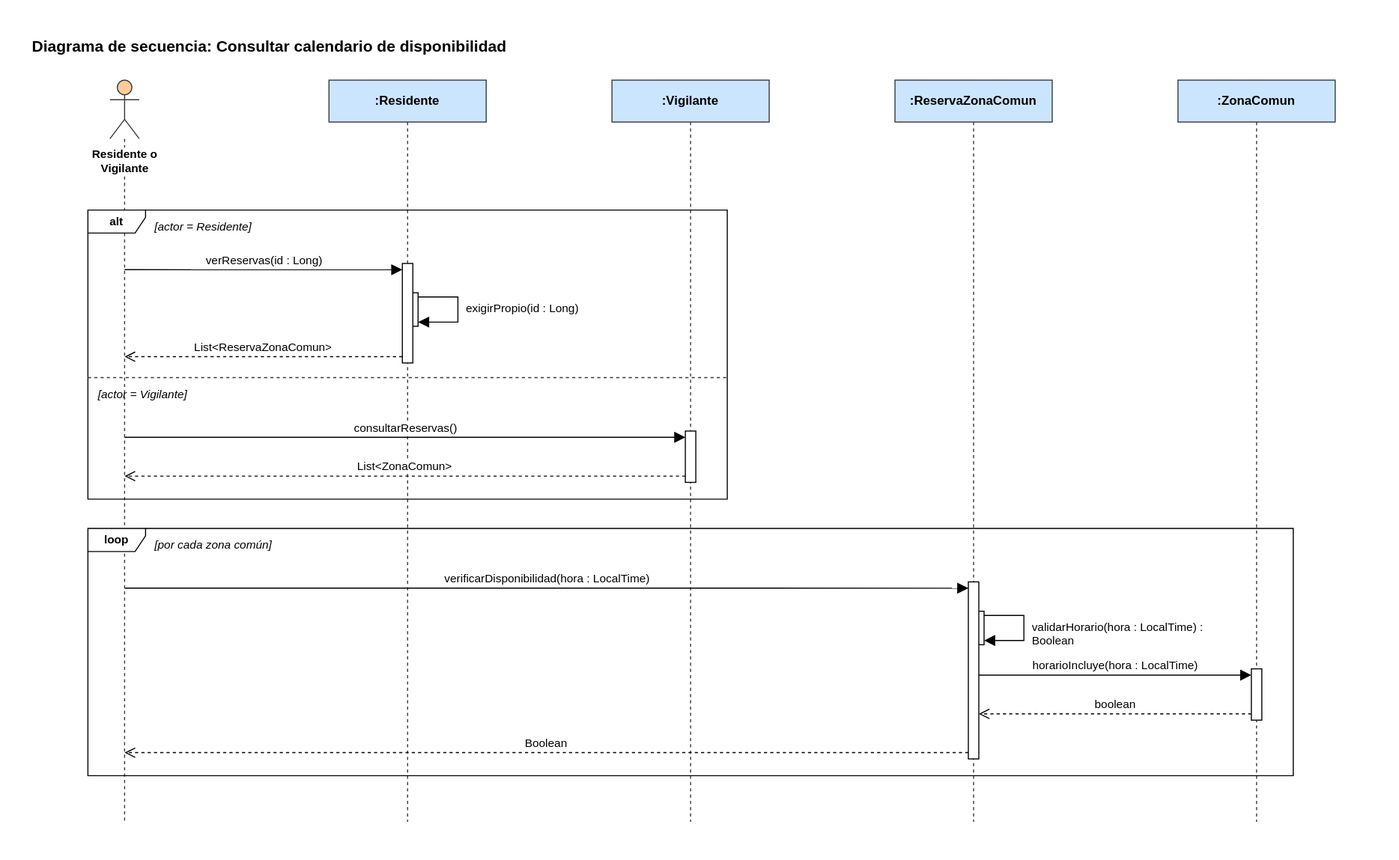
This is Diagramas/Secuencia/consultar-calendario-de-disponibilidad.svg from manuel20051208/HorizontalSoftware-Back-End, a draw.io export, as it was before one commit. Source tidied: cells renumbered, new cells last; positions are measured from the earlier drawing's top-left corner, leaving out a move shared by most shapes.
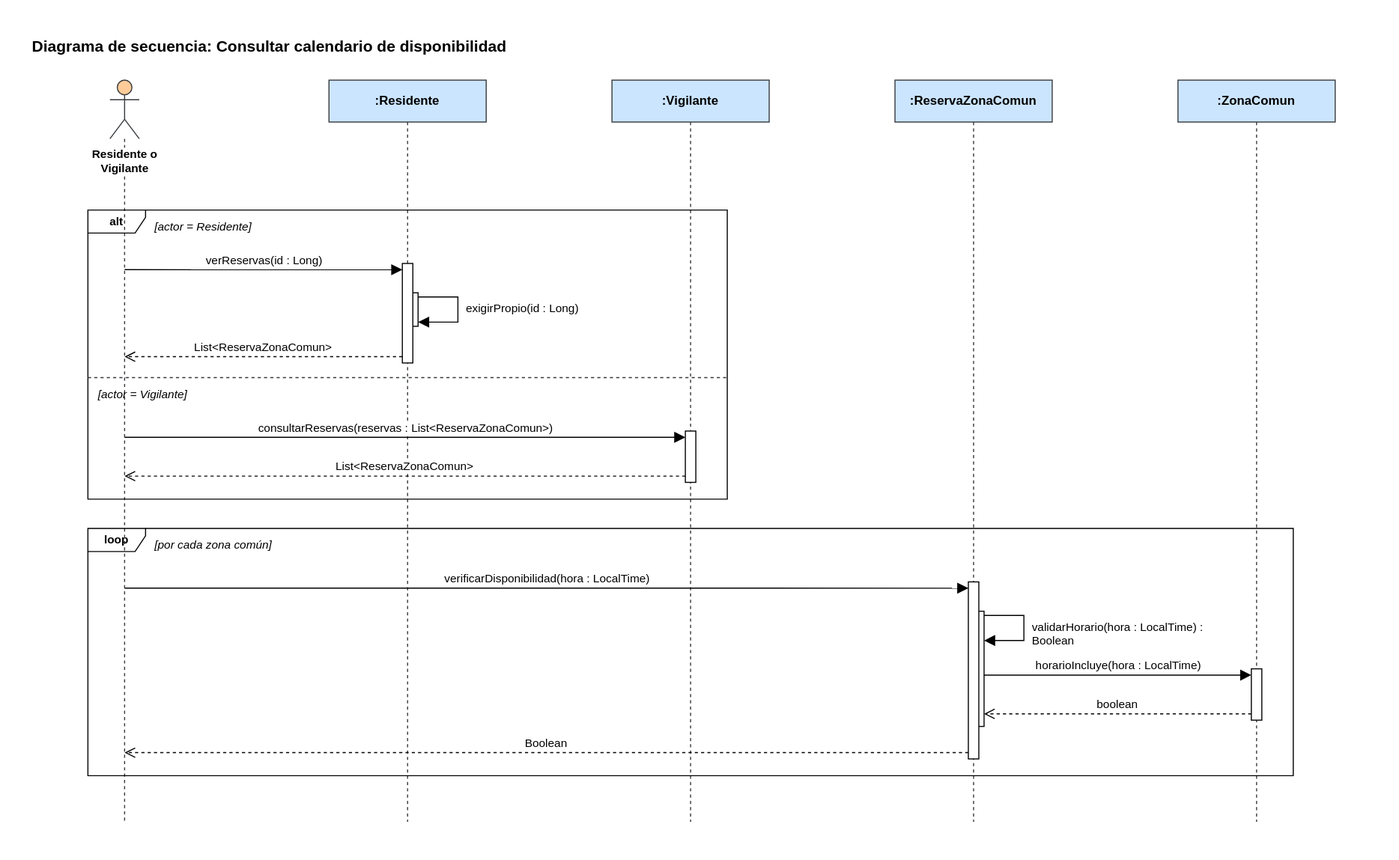
The same file after the commit.

The edit, as a diff of the source:
```diff
@@ -30,7 +30,7 @@
       <mxGeometry x="625" y="383" width="10" height="49" as="geometry" />
     </mxCell>
     <mxCell id="11" style="html=1;points=[];perimeter=orthogonalPerimeter;fillColor=#ffffff;strokeColor=#000000;" parent="1" vertex="1">
-      <mxGeometry x="900" y="555" width="10" height="32" as="geometry" />
+      <mxGeometry x="900" y="555" width="10" height="110" as="geometry" />
     </mxCell>
     <mxCell id="12" style="html=1;points=[];perimeter=orthogonalPerimeter;fillColor=#ffffff;strokeColor=#000000;" parent="1" vertex="1">
       <mxGeometry x="1165" y="610" width="10" height="49" as="geometry" />
@@ -52,16 +52,16 @@
     <mxCell id="16" value="List&amp;lt;ReservaZonaComun&amp;gt;" style="html=1;verticalAlign=bottom;rounded=0;fontSize=11;strokeColor=#000000;dashed=1;endArrow=open;endFill=0;endSize=8;exitX=0.0000;exitY=0.9368;exitDx=0;exitDy=0;exitPerimeter=0;entryX=0.5000;entryY=0.3729;entryDx=0;entryDy=0;entryPerimeter=0;" parent="1" edge="1" source="9" target="3">
       <mxGeometry relative="1" as="geometry" />
     </mxCell>
-    <mxCell id="17" value="consultarReservas()" style="html=1;verticalAlign=bottom;rounded=0;fontSize=11;strokeColor=#000000;endArrow=block;endFill=1;endSize=8;exitX=0.5000;exitY=0.4816;exitDx=0;exitDy=0;exitPerimeter=0;entryX=0.0000;entryY=0.1224;entryDx=0;entryDy=0;entryPerimeter=0;" parent="1" edge="1" source="3" target="10">
+    <mxCell id="17" value="consultarReservas(reservas : List&amp;lt;ReservaZonaComun&amp;gt;)" style="html=1;verticalAlign=bottom;rounded=0;fontSize=11;strokeColor=#000000;endArrow=block;endFill=1;endSize=8;exitX=0.5000;exitY=0.4816;exitDx=0;exitDy=0;exitPerimeter=0;entryX=0.0000;entryY=0.1224;entryDx=0;entryDy=0;entryPerimeter=0;" parent="1" edge="1" source="3" target="10">
       <mxGeometry relative="1" as="geometry" />
     </mxCell>
-    <mxCell id="18" value="List&amp;lt;ZonaComun&amp;gt;" style="html=1;verticalAlign=bottom;rounded=0;fontSize=11;strokeColor=#000000;dashed=1;endArrow=open;endFill=0;endSize=8;exitX=0.0000;exitY=0.8776;exitDx=0;exitDy=0;exitPerimeter=0;entryX=0.5000;entryY=0.5339;entryDx=0;entryDy=0;entryPerimeter=0;" parent="1" edge="1" source="10" target="3">
+    <mxCell id="18" value="List&amp;lt;ReservaZonaComun&amp;gt;" style="html=1;verticalAlign=bottom;rounded=0;fontSize=11;strokeColor=#000000;dashed=1;endArrow=open;endFill=0;endSize=8;exitX=0.0000;exitY=0.8776;exitDx=0;exitDy=0;exitPerimeter=0;entryX=0.5000;entryY=0.5339;entryDx=0;entryDy=0;entryPerimeter=0;" parent="1" edge="1" source="10" target="3">
       <mxGeometry relative="1" as="geometry" />
     </mxCell>
     <mxCell id="19" value="verificarDisponibilidad(hora : LocalTime)" style="html=1;verticalAlign=bottom;rounded=0;fontSize=11;strokeColor=#000000;endArrow=block;endFill=1;endSize=8;exitX=0.5000;exitY=0.6850;exitDx=0;exitDy=0;exitPerimeter=0;entryX=0.0000;entryY=0.0355;entryDx=0;entryDy=0;entryPerimeter=0;" parent="1" edge="1" source="3" target="13">
       <mxGeometry relative="1" as="geometry" />
     </mxCell>
-    <mxCell id="20" style="html=1;rounded=0;endArrow=block;endFill=1;endSize=8;strokeColor=#000000;exitX=1.0000;exitY=0.1250;exitDx=0;exitDy=0;exitPerimeter=0;entryX=1.0000;entryY=0.8750;entryDx=0;entryDy=0;entryPerimeter=0;" parent="1" edge="1" source="11" target="11">
+    <mxCell id="20" style="html=1;rounded=0;endArrow=block;endFill=1;endSize=8;strokeColor=#000000;exitX=1.0000;exitY=0.0364;exitDx=0;exitDy=0;exitPerimeter=0;entryX=1.0000;entryY=0.2545;entryDx=0;entryDy=0;entryPerimeter=0;" parent="1" edge="1" source="11" target="11">
       <mxGeometry relative="1" as="geometry">
         <Array as="points">
           <mxPoint x="948" y="559" />
@@ -69,10 +69,10 @@
         </Array>
       </mxGeometry>
     </mxCell>
-    <mxCell id="21" value="horarioIncluye(hora : LocalTime)" style="html=1;verticalAlign=bottom;rounded=0;fontSize=11;strokeColor=#000000;endArrow=block;endFill=1;endSize=8;exitX=1.0000;exitY=0.5266;exitDx=0;exitDy=0;exitPerimeter=0;entryX=0.0000;entryY=0.1224;entryDx=0;entryDy=0;entryPerimeter=0;" parent="1" edge="1" source="13" target="12">
+    <mxCell id="21" value="horarioIncluye(hora : LocalTime)" style="html=1;verticalAlign=bottom;rounded=0;fontSize=11;strokeColor=#000000;endArrow=block;endFill=1;endSize=8;exitX=1.0000;exitY=0.5545;exitDx=0;exitDy=0;exitPerimeter=0;entryX=0.0000;entryY=0.1224;entryDx=0;entryDy=0;entryPerimeter=0;" parent="1" edge="1" source="11" target="12">
       <mxGeometry relative="1" as="geometry" />
     </mxCell>
-    <mxCell id="22" value="boolean" style="html=1;verticalAlign=bottom;rounded=0;fontSize=11;strokeColor=#000000;dashed=1;endArrow=open;endFill=0;endSize=8;exitX=0.0000;exitY=0.8776;exitDx=0;exitDy=0;exitPerimeter=0;entryX=1.0000;entryY=0.7456;entryDx=0;entryDy=0;entryPerimeter=0;" parent="1" edge="1" source="12" target="13">
+    <mxCell id="22" value="boolean" style="html=1;verticalAlign=bottom;rounded=0;fontSize=11;strokeColor=#000000;dashed=1;endArrow=open;endFill=0;endSize=8;exitX=0.0000;exitY=0.8776;exitDx=0;exitDy=0;exitPerimeter=0;entryX=1.0000;entryY=0.8909;entryDx=0;entryDy=0;entryPerimeter=0;" parent="1" edge="1" source="12" target="11">
       <mxGeometry relative="1" as="geometry" />
     </mxCell>
     <mxCell id="23" value="Boolean" style="html=1;verticalAlign=bottom;rounded=0;fontSize=11;strokeColor=#000000;dashed=1;endArrow=open;endFill=0;endSize=8;exitX=0.0000;exitY=0.9645;exitDx=0;exitDy=0;exitPerimeter=0;entryX=0.5000;entryY=0.9068;entryDx=0;entryDy=0;entryPerimeter=0;" parent="1" edge="1" source="13" target="3">
@@ -84,10 +84,10 @@
     <mxCell id="25" value="validarHorario(hora : LocalTime) : Boolean" style="text;html=1;align=left;verticalAlign=top;whiteSpace=wrap;overflow=hidden;fontSize=11;" parent="1" vertex="1">
       <mxGeometry x="954" y="557" width="185" height="28" as="geometry" />
     </mxCell>
-    <mxCell id="26" value="alt" style="shape=umlFrame;whiteSpace=wrap;html=1;fontStyle=1;fontSize=11;width=55;height=22;" parent="1" vertex="1">
+    <mxCell id="26" value="alt" style="shape=umlFrame;whiteSpace=wrap;html=1;fontStyle=1;fontSize=11;width=55;height=22;fillColor=none;" parent="1" vertex="1">
       <mxGeometry x="55" y="172" width="610" height="276" as="geometry" />
     </mxCell>
-    <mxCell id="27" value="loop" style="shape=umlFrame;whiteSpace=wrap;html=1;fontStyle=1;fontSize=11;width=55;height=22;" parent="1" vertex="1">
+    <mxCell id="27" value="loop" style="shape=umlFrame;whiteSpace=wrap;html=1;fontStyle=1;fontSize=11;width=55;height=22;fillColor=none;" parent="1" vertex="1">
       <mxGeometry x="55" y="476" width="1150" height="236" as="geometry" />
     </mxCell>
     <mxCell id="28" style="endArrow=none;dashed=1;html=1;strokeColor=#36393d;" parent="1" edge="1">
```
